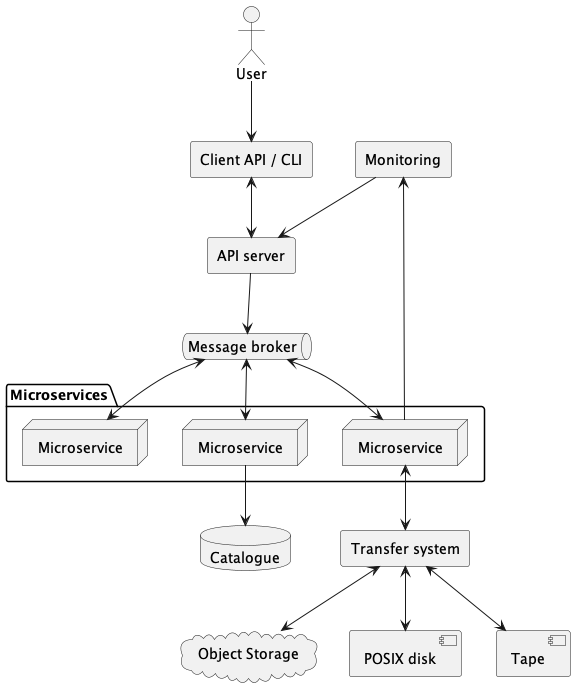
Before: docs/spec/uml/overview.png, a diagram exported from PlantUML (cedadev/nlds).
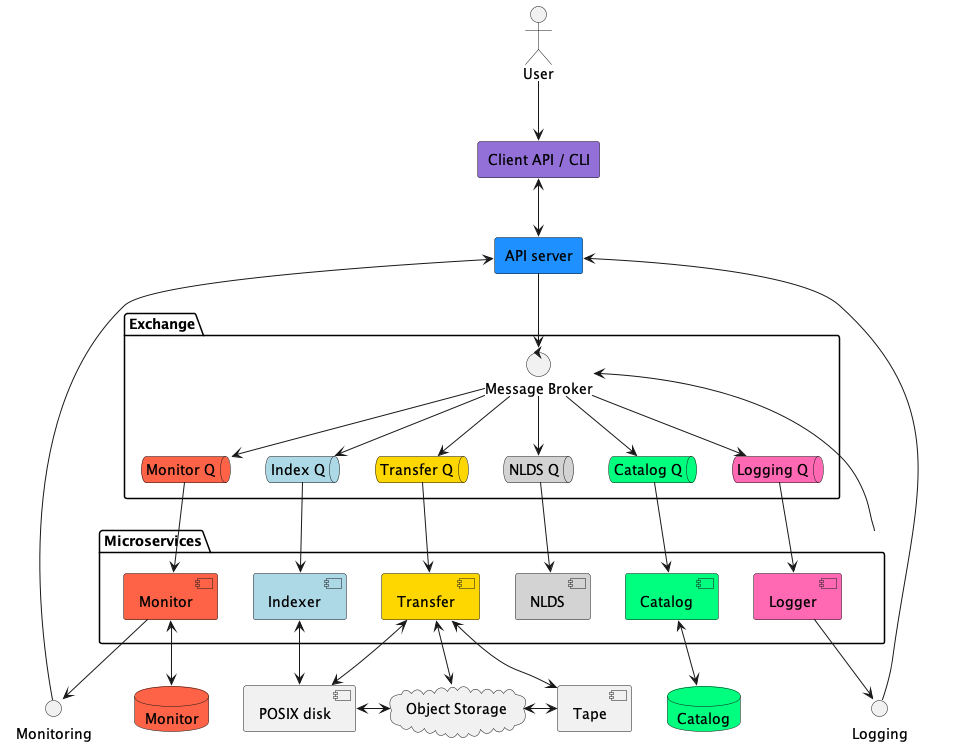
Above is the later version.

Commit message:
Changes to monitor / stat UI

What changed in the source:
```diff
@@ -1,34 +1,76 @@
 @startuml overview
 
-actor user as "User"
-agent client as "Client API / CLI"
-agent API_server as "API server"
-queue message_broker as "Message broker"
-agent monitoring as "Monitoring"
-database catalogue as "Catalogue"
+together {
+    actor user as "User"
+    agent client as "Client API / CLI" #MediumPurple
+    agent API_server as "API server" #DodgerBlue
+}
+
+interface monitoring as "Monitoring"
+interface logging as "Logging"
+
+database catalogdb as "Catalog" #SpringGreen
+database monitordb as "Monitor" #tomato
+
 cloud object_storage as "Object Storage"
-agent transfer as "Transfer system"
 component posix as "POSIX disk"
 component tape as "Tape"
 
+package Exchange{
+    control mb as "Message Broker"
+    queue mq as "Monitor Q" #tomato
+    queue iq as "Index Q" #lightblue
+    queue tq as "Transfer Q" #gold
+    queue wq as "NLDS Q" #lightgrey
+    queue cq as "Catalog Q" #SpringGreen
+    queue lq as "Logging Q" #hotpink
+}
+
 package Microservices {
-node micro_service_1 as "Microservice"
-node micro_service_2 as "Microservice"
-node micro_service_3 as "Microservice"
+    component monitor as "Monitor" #tomato
+    component indexer as "Indexer" #lightblue
+    component transfer as "Transfer" #gold
+    component work as "NLDS" #lightgrey
+    component catalog as "Catalog" #SpringGreen
+    component logger as "Logger" #hotpink
 }
+
+Microservices-->mb
 
 user-->client
 client<-->API_server
-API_server-->message_broker
-message_broker <--> micro_service_1
-message_broker <--> micro_service_2
-message_broker <--> micro_service_3
-micro_service_3 --> monitoring
-micro_service_1 --> catalogue
-monitoring --> API_server
-micro_service_3 <--> transfer
+API_server-->mb
+
+mb --> wq
+mb --> iq
+mb --> tq
+mb --> cq
+mb --> mq
+mb --> lq
+
+wq --> work
+iq --> indexer
+tq --> transfer
+cq --> catalog
+mq --> monitor
+lq --> logger
+
+
+monitor --> monitoring
+API_server <--- monitoring
+
+logger --> logging
+API_server <--- logging
+
+catalog <--> catalogdb
 transfer <--> object_storage
 transfer <--> posix
 transfer <--> tape
+indexer <--> posix
+
+posix <-> object_storage
+object_storage <-> tape
+
+monitor <--> monitordb
 
 @enduml
```
